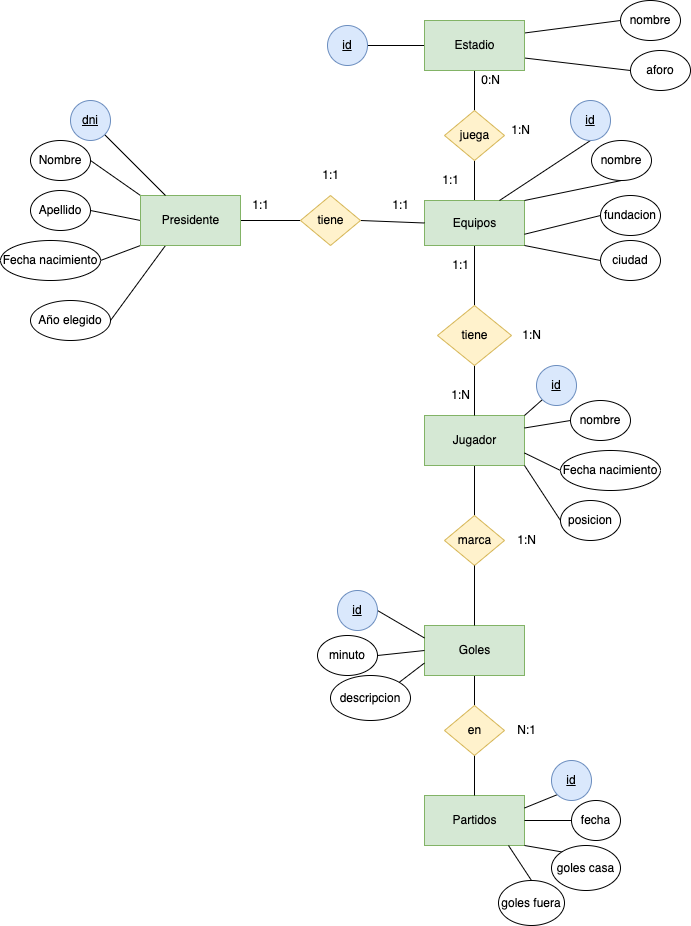
Above: tareas/tarea-4/images/ejercicio.drawio.png in deylansystem/actividadesBAE (draw.io), before the change. Source tidied: cells renumbered, new cells last; positions are measured from the earlier drawing's top-left corner, leaving out a move shared by most shapes.
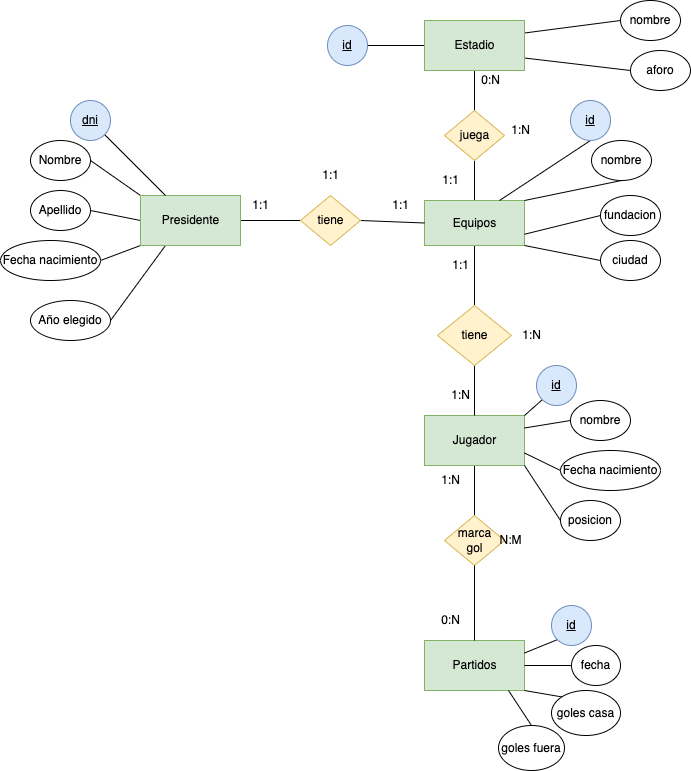
The same diagram one commit later.

Commit message:
se crea tarea

Diff of the diagram source:
```diff
@@ -35,12 +35,6 @@
     <mxCell id="12" value="Jugador" style="html=1;dashed=0;whitespace=wrap;fillColor=#d5e8d4;strokeColor=#82b366;" parent="1" vertex="1">
       <mxGeometry x="424" y="415" width="100" height="50" as="geometry" />
     </mxCell>
-    <mxCell id="13" style="edgeStyle=none;html=1;exitX=0.5;exitY=1;exitDx=0;exitDy=0;endArrow=none;endFill=0;" parent="1" edge="1" source="14" target="30">
-      <mxGeometry relative="1" as="geometry" />
-    </mxCell>
-    <mxCell id="14" value="Goles" style="html=1;dashed=0;whitespace=wrap;fillColor=#d5e8d4;strokeColor=#82b366;" parent="1" vertex="1">
-      <mxGeometry x="424" y="625" width="100" height="50" as="geometry" />
-    </mxCell>
     <mxCell id="15" style="edgeStyle=none;html=1;exitX=0.5;exitY=1;exitDx=0;exitDy=0;entryX=0.5;entryY=0;entryDx=0;entryDy=0;endArrow=none;endFill=0;" parent="1" edge="1" source="16" target="12">
       <mxGeometry relative="1" as="geometry" />
     </mxCell>
@@ -56,12 +50,9 @@
     <mxCell id="19" value="1:N" style="text;html=1;align=center;verticalAlign=middle;strokeColor=none;fillColor=none;" parent="1" vertex="1">
       <mxGeometry x="511" y="320" width="40" height="30" as="geometry" />
     </mxCell>
-    <mxCell id="20" value="marca" style="shape=rhombus;html=1;dashed=0;whitespace=wrap;perimeter=rhombusPerimeter;fillColor=#fff2cc;strokeColor=#d6b656;" parent="1" vertex="1">
+    <mxCell id="20" value="marca&lt;br&gt;gol" style="shape=rhombus;html=1;dashed=0;whitespace=wrap;perimeter=rhombusPerimeter;fillColor=#fff2cc;strokeColor=#d6b656;" parent="1" vertex="1">
       <mxGeometry x="444" y="515" width="60" height="50" as="geometry" />
     </mxCell>
-    <mxCell id="21" style="edgeStyle=none;html=1;endArrow=none;endFill=0;exitX=0.5;exitY=1;exitDx=0;exitDy=0;" parent="1" edge="1" source="20" target="14">
-      <mxGeometry relative="1" as="geometry" />
-    </mxCell>
     <mxCell id="22" style="edgeStyle=none;html=1;exitX=1;exitY=0.5;exitDx=0;exitDy=0;entryX=0;entryY=0.5;entryDx=0;entryDy=0;endArrow=none;endFill=0;" parent="1" edge="1" source="23" target="4">
       <mxGeometry relative="1" as="geometry" />
     </mxCell>
@@ -77,21 +68,12 @@
     <mxCell id="26" value="1:1" style="text;html=1;align=center;verticalAlign=middle;strokeColor=none;fillColor=none;" parent="1" vertex="1">
       <mxGeometry x="310" y="160" width="40" height="30" as="geometry" />
     </mxCell>
-    <mxCell id="27" value="1:N" style="text;html=1;align=center;verticalAlign=middle;strokeColor=none;fillColor=none;" parent="1" vertex="1">
-      <mxGeometry x="506" y="525" width="40" height="30" as="geometry" />
-    </mxCell>
     <mxCell id="28" value="Partidos" style="html=1;dashed=0;whitespace=wrap;fillColor=#d5e8d4;strokeColor=#82b366;" parent="1" vertex="1">
-      <mxGeometry x="424" y="795" width="100" height="50" as="geometry" />
+      <mxGeometry x="424" y="640" width="100" height="50" as="geometry" />
     </mxCell>
-    <mxCell id="29" style="edgeStyle=none;html=1;exitX=0.5;exitY=1;exitDx=0;exitDy=0;endArrow=none;endFill=0;" parent="1" edge="1" source="30" target="28">
+    <mxCell id="29" style="edgeStyle=none;html=1;exitX=0.5;exitY=1;exitDx=0;exitDy=0;endArrow=none;endFill=0;" parent="1" edge="1" source="20" target="28">
       <mxGeometry relative="1" as="geometry" />
     </mxCell>
-    <mxCell id="30" value="en" style="shape=rhombus;html=1;dashed=0;whitespace=wrap;perimeter=rhombusPerimeter;fillColor=#fff2cc;strokeColor=#d6b656;" parent="1" vertex="1">
-      <mxGeometry x="444" y="705" width="60" height="50" as="geometry" />
-    </mxCell>
-    <mxCell id="31" value="N:1" style="text;html=1;align=center;verticalAlign=middle;strokeColor=none;fillColor=none;" parent="1" vertex="1">
-      <mxGeometry x="506" y="715" width="40" height="30" as="geometry" />
-    </mxCell>
     <mxCell id="32" style="edgeStyle=none;html=1;exitX=1;exitY=1;exitDx=0;exitDy=0;entryX=0.25;entryY=0;entryDx=0;entryDy=0;endArrow=none;endFill=0;" parent="1" edge="1" source="33" target="10">
       <mxGeometry relative="1" as="geometry" />
     </mxCell>
@@ -158,47 +140,29 @@
     <mxCell id="53" value="posicion" style="ellipse;whiteSpace=wrap;html=1;align=center;" parent="1" vertex="1">
       <mxGeometry x="560" y="500" width="60" height="40" as="geometry" />
     </mxCell>
-    <mxCell id="54" style="edgeStyle=none;html=1;exitX=1;exitY=0.5;exitDx=0;exitDy=0;entryX=0;entryY=0.25;entryDx=0;entryDy=0;endArrow=none;endFill=0;" parent="1" edge="1" source="55" target="14">
-      <mxGeometry relative="1" as="geometry" />
-    </mxCell>
-    <mxCell id="55" value="id" style="ellipse;whiteSpace=wrap;html=1;align=center;fontStyle=4;fillColor=#dae8fc;strokeColor=#6c8ebf;" parent="1" vertex="1">
-      <mxGeometry x="337" y="590" width="40" height="40" as="geometry" />
-    </mxCell>
-    <mxCell id="56" style="edgeStyle=none;html=1;exitX=1;exitY=0.5;exitDx=0;exitDy=0;entryX=0;entryY=0.5;entryDx=0;entryDy=0;endArrow=none;endFill=0;" parent="1" edge="1" source="57" target="14">
-      <mxGeometry relative="1" as="geometry" />
-    </mxCell>
-    <mxCell id="57" value="minuto" style="ellipse;whiteSpace=wrap;html=1;align=center;" parent="1" vertex="1">
-      <mxGeometry x="317" y="635" width="60" height="40" as="geometry" />
-    </mxCell>
-    <mxCell id="58" style="edgeStyle=none;html=1;exitX=1;exitY=0;exitDx=0;exitDy=0;entryX=0;entryY=0.75;entryDx=0;entryDy=0;endArrow=none;endFill=0;" parent="1" edge="1" source="59" target="14">
-      <mxGeometry relative="1" as="geometry" />
-    </mxCell>
-    <mxCell id="59" value="descripcion" style="ellipse;whiteSpace=wrap;html=1;align=center;" parent="1" vertex="1">
-      <mxGeometry x="330" y="675" width="80" height="45" as="geometry" />
-    </mxCell>
     <mxCell id="60" style="edgeStyle=none;html=1;exitX=0;exitY=1;exitDx=0;exitDy=0;entryX=1;entryY=0.25;entryDx=0;entryDy=0;endArrow=none;endFill=0;" parent="1" edge="1" source="61" target="28">
       <mxGeometry relative="1" as="geometry" />
     </mxCell>
     <mxCell id="61" value="id" style="ellipse;whiteSpace=wrap;html=1;align=center;fontStyle=4;fillColor=#dae8fc;strokeColor=#6c8ebf;" parent="1" vertex="1">
-      <mxGeometry x="551" y="760" width="40" height="40" as="geometry" />
+      <mxGeometry x="551" y="605" width="40" height="40" as="geometry" />
     </mxCell>
     <mxCell id="62" style="edgeStyle=none;html=1;exitX=0;exitY=0.5;exitDx=0;exitDy=0;entryX=1;entryY=0.5;entryDx=0;entryDy=0;endArrow=none;endFill=0;" parent="1" edge="1" source="63" target="28">
       <mxGeometry relative="1" as="geometry" />
     </mxCell>
     <mxCell id="63" value="fecha" style="ellipse;whiteSpace=wrap;html=1;align=center;" parent="1" vertex="1">
-      <mxGeometry x="571" y="800" width="49" height="40" as="geometry" />
+      <mxGeometry x="571" y="645" width="49" height="40" as="geometry" />
     </mxCell>
     <mxCell id="64" style="edgeStyle=none;html=1;exitX=0;exitY=0;exitDx=0;exitDy=0;entryX=1;entryY=1;entryDx=0;entryDy=0;endArrow=none;endFill=0;" parent="1" edge="1" source="65" target="28">
       <mxGeometry relative="1" as="geometry" />
     </mxCell>
     <mxCell id="65" value="goles casa" style="ellipse;whiteSpace=wrap;html=1;align=center;" parent="1" vertex="1">
-      <mxGeometry x="551" y="845" width="69" height="45" as="geometry" />
+      <mxGeometry x="551" y="690" width="69" height="45" as="geometry" />
     </mxCell>
     <mxCell id="66" style="edgeStyle=none;html=1;exitX=0.5;exitY=0;exitDx=0;exitDy=0;entryX=0.84;entryY=1;entryDx=0;entryDy=0;entryPerimeter=0;endArrow=none;endFill=0;" parent="1" edge="1" source="67" target="28">
       <mxGeometry relative="1" as="geometry" />
     </mxCell>
     <mxCell id="67" value="goles fuera" style="ellipse;whiteSpace=wrap;html=1;align=center;" parent="1" vertex="1">
-      <mxGeometry x="498" y="880" width="66" height="45" as="geometry" />
+      <mxGeometry x="498" y="725" width="66" height="45" as="geometry" />
     </mxCell>
     <mxCell id="68" style="edgeStyle=none;html=1;exitX=0.5;exitY=1;exitDx=0;exitDy=0;endArrow=none;endFill=0;" parent="1" edge="1" source="72" target="73">
       <mxGeometry relative="1" as="geometry" />
@@ -236,5 +200,14 @@
     <mxCell id="79" value="1:N" style="text;html=1;align=center;verticalAlign=middle;strokeColor=none;fillColor=none;" parent="1" vertex="1">
       <mxGeometry x="500" y="115" width="40" height="30" as="geometry" />
     </mxCell>
+    <mxCell id="80" value="0:N" style="text;html=1;align=center;verticalAlign=middle;strokeColor=none;fillColor=none;" parent="1" vertex="1">
+      <mxGeometry x="430" y="605" width="40" height="30" as="geometry" />
+    </mxCell>
+    <mxCell id="27" value="1:N" style="text;html=1;align=center;verticalAlign=middle;strokeColor=none;fillColor=none;" parent="1" vertex="1">
+      <mxGeometry x="430" y="465" width="40" height="30" as="geometry" />
+    </mxCell>
+    <mxCell id="81" value="N:M" style="text;html=1;align=center;verticalAlign=middle;strokeColor=none;fillColor=none;" parent="1" vertex="1">
+      <mxGeometry x="485" y="525" width="50" height="30" as="geometry" />
+    </mxCell>
   </root>
 </mxGraphModel>
```
